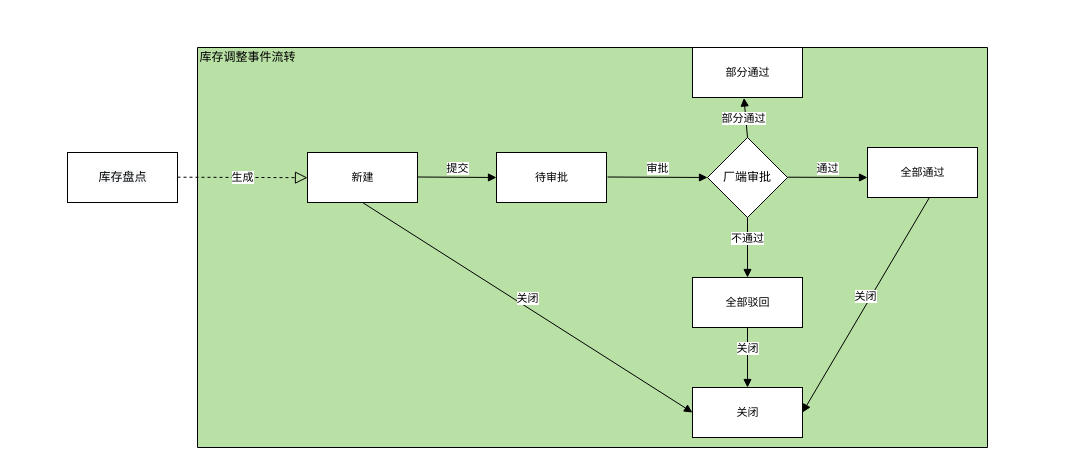
Before: page "库存调整申请单-事件图" (4 of 4) of 库存调整申请单.drawio in 1132489442/gitRepository1, a draw.io diagram. Source tidied: cells renumbered, new cells numbered last; positions are measured from the earlier drawing's top-left corner, leaving out a move shared by most shapes. Both pictures are drawn from the tidied source at 100%, with x=0, y=0 at pixel (67, 47).
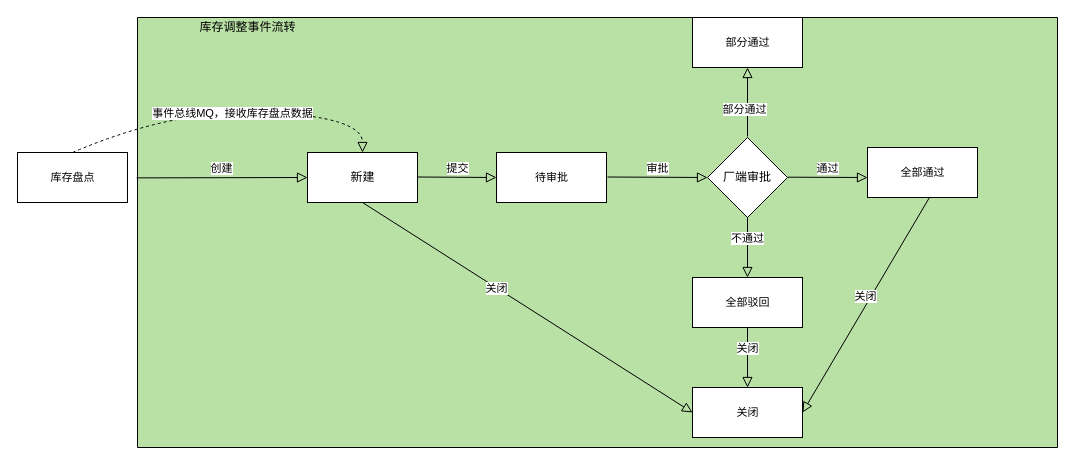
The same diagram, later.

The change refers to these unchanged cells:
```xml
<mxCell id="8" value="&lt;span style=&quot;font-size: 11px ; background-color: rgb(255 , 255 , 255)&quot;&gt;待审批&lt;/span&gt;" style="html=1;fillColor=#FFFFFF;" parent="1" vertex="1">
  <mxGeometry x="429" y="105" width="110" height="50" as="geometry" />
</mxCell>
<mxCell id="9" value="厂端审批" style="rhombus;whiteSpace=wrap;html=1;" parent="1" vertex="1">
  <mxGeometry x="640" y="90" width="80" height="80" as="geometry" />
</mxCell>
<mxCell id="11" value="&lt;span style=&quot;font-size: 11px ; background-color: rgb(255 , 255 , 255)&quot;&gt;全部驳回&lt;/span&gt;" style="html=1;fillColor=#FFFFFF;" parent="1" vertex="1">
  <mxGeometry x="625" y="230" width="110" height="50" as="geometry" />
</mxCell>
<mxCell id="12" value="&lt;span style=&quot;font-size: 11px ; background-color: rgb(255 , 255 , 255)&quot;&gt;全部通过&lt;/span&gt;" style="html=1;fillColor=#FFFFFF;" parent="1" vertex="1">
  <mxGeometry x="800" y="100" width="110" height="50" as="geometry" />
</mxCell>
<mxCell id="14" value="&lt;span style=&quot;font-size: 11px ; background-color: rgb(255 , 255 , 255)&quot;&gt;关闭&lt;/span&gt;" style="html=1;fillColor=#FFFFFF;" parent="1" vertex="1">
  <mxGeometry x="625" y="340" width="110" height="50" as="geometry" />
</mxCell>
```

Diff of the diagram source:
```diff
@@
     <mxCell id="2" style="verticalLabelPosition=bottom;verticalAlign=top;html=1;shape=mxgraph.basic.rect;fillColor2=none;strokeWidth=1;size=20;indent=5;fillColor=#B9E0A5;" parent="1" vertex="1">
-      <mxGeometry x="130" width="790" height="400" as="geometry" />
+      <mxGeometry x="70" y="-30" width="920" height="430" as="geometry" />
     </mxCell>
-    <mxCell id="3" value="&#10;&#10;&lt;span style=&quot;color: rgb(0, 0, 0); font-family: helvetica; font-size: 12px; font-style: normal; font-weight: 400; letter-spacing: normal; text-align: center; text-indent: 0px; text-transform: none; word-spacing: 0px; background-color: rgb(248, 249, 250); display: inline; float: none;&quot;&gt;库存盘点&lt;/span&gt;&#10;&#10;" style="html=1;fillColor=#FFFFFF;" parent="1" vertex="1">
-      <mxGeometry y="105" width="110" height="50" as="geometry" />
-    </mxCell>
-    <mxCell id="4" value="&lt;span style=&quot;font-size: 11px ; background-color: rgb(255 , 255 , 255)&quot;&gt;新建&lt;/span&gt;" style="html=1;fillColor=#FFFFFF;" parent="1" vertex="1">
-      <mxGeometry x="240" y="105" width="110" height="50" as="geometry" />
-    </mxCell>
-    <mxCell id="5" value="生成" style="endArrow=block;endSize=10;endFill=0;html=1;rounded=0;dashed=1;" parent="1" edge="1">
-      <mxGeometry relative="1" as="geometry">
-        <mxPoint x="110" y="129.7" as="sourcePoint" />
-        <mxPoint x="240" y="130.2" as="targetPoint" />
-      </mxGeometry>
-    </mxCell>
     <mxCell id="6" value="库存调整事件流转" style="text;html=1;align=center;verticalAlign=middle;strokeColor=none;fillColor=none;" parent="1" vertex="1">
-      <mxGeometry x="125" width="110" height="20" as="geometry" />
+      <mxGeometry x="125" y="-30" width="110" height="20" as="geometry" />
     </mxCell>
-    <mxCell id="7" value="提交" style="html=1;verticalAlign=bottom;endArrow=block;rounded=0;entryX=0;entryY=0.5;entryDx=0;entryDy=0;" parent="1" edge="1" target="8">
+    <mxCell id="7" value="提交" style="html=1;verticalAlign=bottom;endArrow=block;rounded=0;entryX=0;entryY=0.5;entryDx=0;entryDy=0;endFill=0;endSize=8;" parent="1" edge="1" target="8">
       <mxGeometry relative="1" as="geometry">
         <mxPoint x="350" y="129.5" as="sourcePoint" />
       </mxGeometry>
     </mxCell>
@@
-    <mxCell id="10" value="审批" style="html=1;verticalAlign=bottom;endArrow=block;rounded=0;entryX=0;entryY=0.5;entryDx=0;entryDy=0;" parent="1" edge="1" target="9">
+    <mxCell id="10" value="审批" style="html=1;verticalAlign=bottom;endArrow=block;rounded=0;entryX=0;entryY=0.5;entryDx=0;entryDy=0;endFill=0;endSize=8;" parent="1" edge="1" target="9">
       <mxGeometry relative="1" as="geometry">
         <mxPoint x="540" y="129.5" as="sourcePoint" />
       </mxGeometry>
     </mxCell>
@@
     <mxCell id="13" value="&lt;span style=&quot;font-size: 11px ; background-color: rgb(255 , 255 , 255)&quot;&gt;部分通过&lt;/span&gt;" style="html=1;fillColor=#FFFFFF;" parent="1" vertex="1">
-      <mxGeometry x="625" width="110" height="50" as="geometry" />
+      <mxGeometry x="625" y="-30" width="110" height="50" as="geometry" />
     </mxCell>
@@
-    <mxCell id="15" value="通过" style="html=1;verticalAlign=bottom;endArrow=block;rounded=0;" parent="1" edge="1">
+    <mxCell id="15" value="通过" style="html=1;verticalAlign=bottom;endArrow=block;rounded=0;endFill=0;endSize=8;" parent="1" edge="1">
       <mxGeometry relative="1" as="geometry">
         <mxPoint x="720" y="129.7" as="sourcePoint" />
         <mxPoint x="800" y="130" as="targetPoint" />
       </mxGeometry>
     </mxCell>
-    <mxCell id="16" value="不通过" style="html=1;verticalAlign=bottom;endArrow=block;rounded=0;exitX=0.5;exitY=1;exitDx=0;exitDy=0;entryX=0.5;entryY=0;entryDx=0;entryDy=0;" parent="1" edge="1" source="9" target="11">
+    <mxCell id="16" value="不通过" style="html=1;verticalAlign=bottom;endArrow=block;rounded=0;exitX=0.5;exitY=1;exitDx=0;exitDy=0;entryX=0.5;entryY=0;entryDx=0;entryDy=0;endFill=0;endSize=8;" parent="1" edge="1" source="9" target="11">
       <mxGeometry relative="1" as="geometry" />
     </mxCell>
-    <mxCell id="17" value="部分通过" style="html=1;verticalAlign=bottom;endArrow=block;rounded=0;exitX=0.5;exitY=0;exitDx=0;exitDy=0;entryX=0.468;entryY=1.009;entryDx=0;entryDy=0;entryPerimeter=0;" parent="1" edge="1" source="9" target="13">
-      <mxGeometry x="-0.48" y="3" relative="1" as="geometry" />
+    <mxCell id="17" value="部分通过" style="html=1;verticalAlign=bottom;endArrow=block;rounded=0;exitX=0.5;exitY=0;exitDx=0;exitDy=0;entryX=0.5;entryY=1;entryDx=0;entryDy=0;endFill=0;endSize=8;" parent="1" edge="1" target="13">
+      <mxGeometry x="-0.48" y="3" relative="1" as="geometry">
+        <mxPoint x="680" y="89" as="sourcePoint" />
+      </mxGeometry>
     </mxCell>
-    <mxCell id="18" value="关闭" style="html=1;verticalAlign=bottom;endArrow=block;rounded=0;exitX=0.5;exitY=1;exitDx=0;exitDy=0;entryX=0.5;entryY=0;entryDx=0;entryDy=0;" parent="1" edge="1">
+    <mxCell id="18" value="关闭" style="html=1;verticalAlign=bottom;endArrow=block;rounded=0;exitX=0.5;exitY=1;exitDx=0;exitDy=0;entryX=0.5;entryY=0;entryDx=0;entryDy=0;endFill=0;endSize=8;" parent="1" edge="1">
       <mxGeometry relative="1" as="geometry">
         <mxPoint x="680" y="280" as="sourcePoint" />
         <mxPoint x="680" y="340" as="targetPoint" />
       </mxGeometry>
     </mxCell>
-    <mxCell id="19" value="关闭" style="html=1;verticalAlign=bottom;endArrow=block;rounded=0;exitX=0.561;exitY=1.008;exitDx=0;exitDy=0;entryX=1;entryY=0.5;entryDx=0;entryDy=0;exitPerimeter=0;" parent="1" edge="1" source="12" target="14">
+    <mxCell id="19" value="关闭" style="html=1;verticalAlign=bottom;endArrow=block;rounded=0;exitX=0.561;exitY=1.008;exitDx=0;exitDy=0;entryX=1;entryY=0.5;entryDx=0;entryDy=0;exitPerimeter=0;endFill=0;endSize=8;" parent="1" edge="1" source="12" target="14">
       <mxGeometry relative="1" as="geometry" />
     </mxCell>
-    <mxCell id="20" value="关闭" style="html=1;verticalAlign=bottom;endArrow=block;rounded=0;exitX=0.5;exitY=1;exitDx=0;exitDy=0;entryX=0;entryY=0.5;entryDx=0;entryDy=0;" parent="1" edge="1" source="4" target="14">
-      <mxGeometry relative="1" as="geometry" />
+    <mxCell id="20" value="关闭" style="html=1;verticalAlign=bottom;endArrow=block;rounded=0;exitX=0.5;exitY=1;exitDx=0;exitDy=0;entryX=0;entryY=0.5;entryDx=0;entryDy=0;endFill=0;endSize=8;" parent="1" edge="1">
+      <mxGeometry x="-0.16" y="-8" relative="1" as="geometry">
+        <mxPoint x="295" y="155" as="sourcePoint" />
+        <mxPoint x="625" y="365" as="targetPoint" />
+      </mxGeometry>
     </mxCell>
+    <mxCell id="4" value="&lt;font face=&quot;helvetica&quot;&gt;新建&lt;/font&gt;" style="html=1;fillColor=#FFFFFF;" parent="1" vertex="1">
+      <mxGeometry x="240" y="105" width="110" height="50" as="geometry" />
+    </mxCell>
+    <mxCell id="21" value="创建" style="html=1;verticalAlign=bottom;endArrow=block;rounded=0;entryX=0;entryY=0.5;entryDx=0;entryDy=0;endFill=0;endSize=8;exitX=-0.001;exitY=0.373;exitDx=0;exitDy=0;exitPerimeter=0;" parent="1" edge="1" source="2" target="4">
+      <mxGeometry relative="1" as="geometry" />
+    </mxCell>
+    <mxCell id="3" value="&lt;span style=&quot;font-size: 11px ; background-color: rgb(255 , 255 , 255)&quot;&gt;库存盘点&lt;/span&gt;" style="html=1;fillColor=#FFFFFF;" parent="1" vertex="1">
+      <mxGeometry x="-50" y="105" width="110" height="50" as="geometry" />
+    </mxCell>
+    <mxCell id="22" style="curved=1;endArrow=block;html=1;rounded=0;dashed=1;exitX=0.5;exitY=0;exitDx=0;exitDy=0;entryX=0.5;entryY=0;entryDx=0;entryDy=0;endFill=0;endSize=8;" parent="1" edge="1" source="3" target="4">
+      <mxGeometry relative="1" as="geometry">
+        <Array as="points">
+          <mxPoint x="110" y="60" />
+          <mxPoint x="295" y="70" />
+        </Array>
+      </mxGeometry>
+    </mxCell>
+    <mxCell id="23" value="事件总线MQ，接收库存盘点数据" style="edgeLabel;html=1;align=center;verticalAlign=middle;" parent="22" vertex="1">
+      <mxGeometry x="0.01" y="-3" relative="1" as="geometry" />
+    </mxCell>
```
